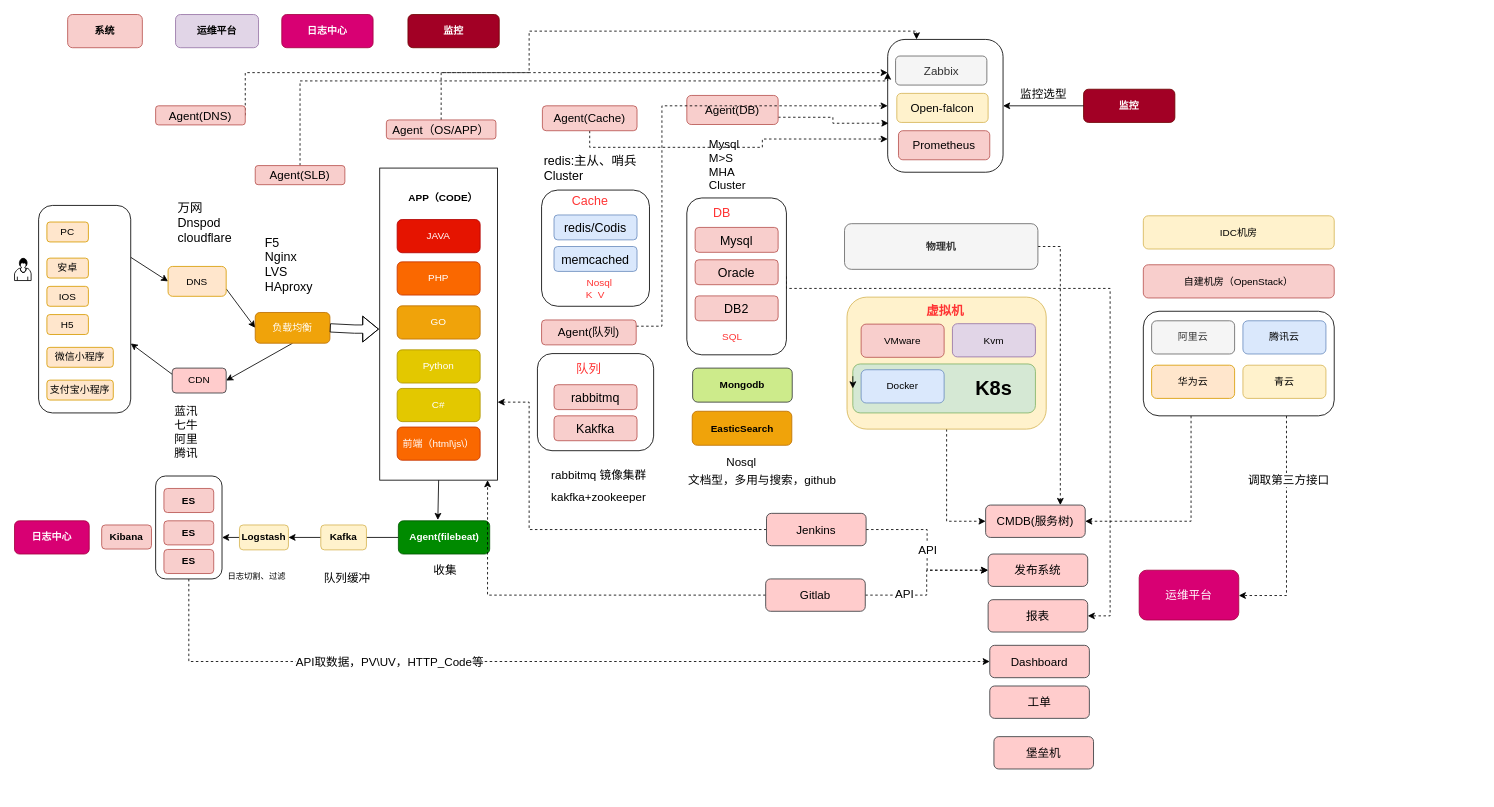
Earlier version of the draw.io diagram 运维架构.drawio (kame000/kame_img). Source tidied: cells renumbered, new cells numbered last; positions are measured from the earlier drawing's top-left corner, leaving out a move shared by most shapes. Both pictures are drawn from the tidied source at 83%, with x=0, y=0 at pixel (14, 14).
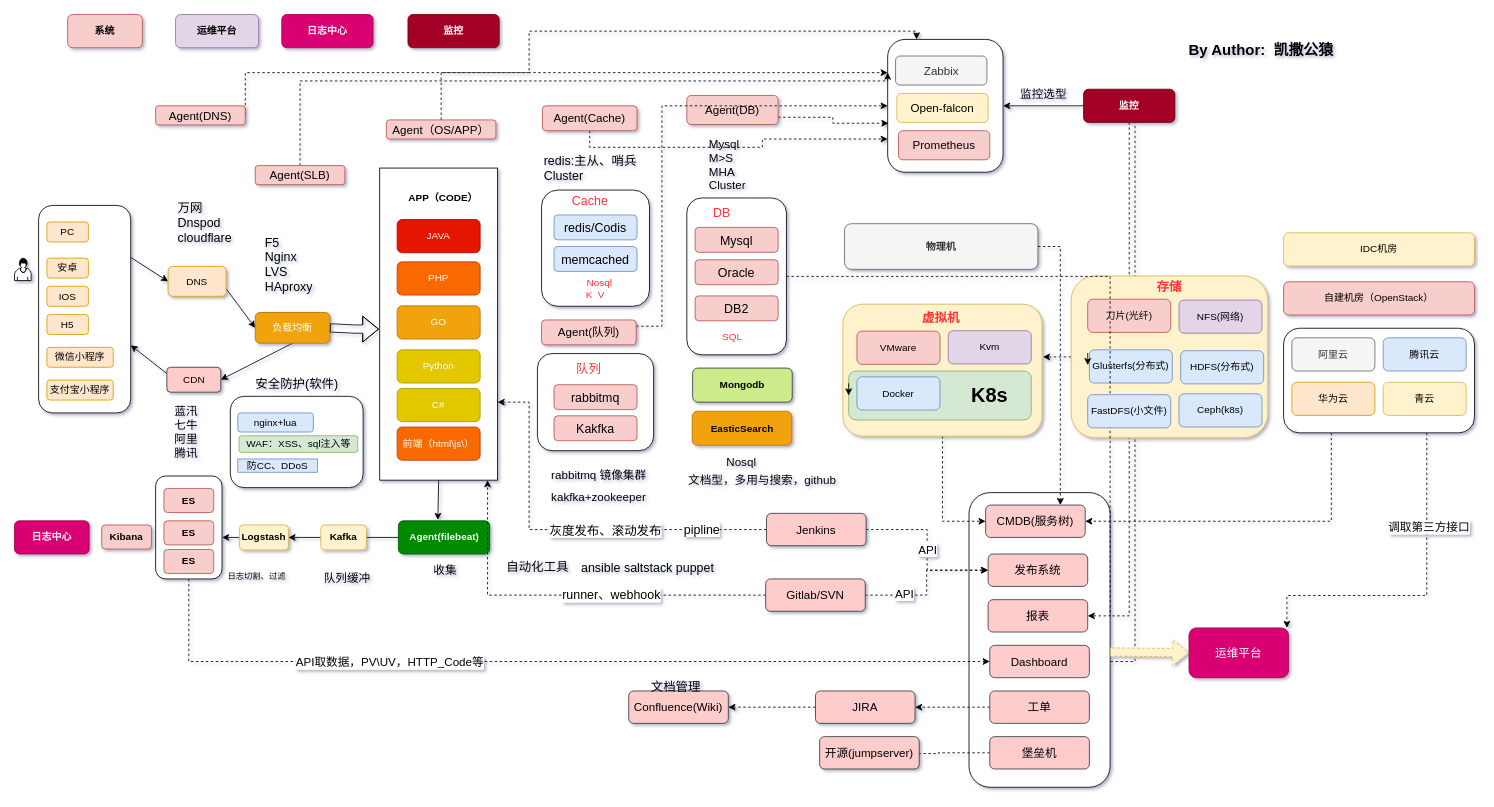
The same page after the edit.

Commit message:
更新运维架构.drawio

The change refers to these unchanged cells:
```xml
<mxCell id="3" value="监控" style="rounded=1;whiteSpace=wrap;html=1;fillColor=#a20025;strokeColor=#6F0000;fontColor=#ffffff;fontStyle=1;" parent="1" vertex="1">
  <mxGeometry x="1288" y="90" width="110" height="40" as="geometry" />
</mxCell>
<mxCell id="11" style="rounded=1;whiteSpace=wrap;html=1;labelBackgroundColor=none;fontSize=12;fontColor=#FF3333;" parent="1" vertex="1">
  <mxGeometry x="810" y="221" width="120" height="189" as="geometry" />
</mxCell>
<mxCell id="120" style="edgeStyle=orthogonalEdgeStyle;rounded=0;jettySize=auto;html=1;exitX=0;exitY=0.5;exitDx=0;exitDy=0;entryX=1;entryY=0.75;entryDx=0;entryDy=0;dashed=1;fontSize=14;fontColor=#000000;" parent="1" edge="1" source="121" target="21">
  <mxGeometry relative="1" as="geometry">
    <Array as="points">
      <mxPoint x="620" y="621" />
      <mxPoint x="620" y="467" />
    </Array>
  </mxGeometry>
</mxCell>
<mxCell id="122" value="报表" style="rounded=1;whiteSpace=wrap;html=1;labelBackgroundColor=none;fontSize=14;fillColor=#ffcccc;strokeColor=#36393d;" parent="1" vertex="1">
  <mxGeometry x="1173" y="705" width="120" height="39" as="geometry" />
</mxCell>
<mxCell id="123" value="Dashboard" style="rounded=1;whiteSpace=wrap;html=1;labelBackgroundColor=none;fontSize=14;fillColor=#ffcccc;strokeColor=#36393d;" parent="1" vertex="1">
  <mxGeometry x="1175" y="760" width="120" height="39" as="geometry" />
</mxCell>
<mxCell id="127" style="edgeStyle=orthogonalEdgeStyle;rounded=0;jettySize=auto;html=1;exitX=0;exitY=0.5;exitDx=0;exitDy=0;entryX=0.915;entryY=1;entryDx=0;entryDy=0;entryPerimeter=0;dashed=1;fontSize=14;fontColor=#000000;" parent="1" edge="1" source="128" target="21">
  <mxGeometry relative="1" as="geometry">
    <Array as="points">
      <mxPoint x="570" y="700" />
    </Array>
  </mxGeometry>
</mxCell>
```

Change to the diagram source:
```diff
@@
-<mxGraphModel>
+<mxGraphModel background="#ffffff" shadow="1">
@@
+    <mxCell id="130" style="rounded=1;whiteSpace=wrap;html=1;fontSize=15;" parent="1" vertex="1">
+      <mxGeometry x="260" y="460" width="160" height="110" as="geometry" />
+    </mxCell>
+    <mxCell id="131" style="edgeStyle=orthogonalEdgeStyle;rounded=0;jettySize=auto;html=1;exitX=1;exitY=0.5;exitDx=0;exitDy=0;entryX=1;entryY=0.5;entryDx=0;entryDy=0;fontSize=15;dashed=1;" parent="1" edge="1" source="3" target="123">
+      <mxGeometry relative="1" as="geometry">
+        <Array as="points">
+          <mxPoint x="1350" y="110" />
+          <mxPoint x="1350" y="780" />
+        </Array>
+      </mxGeometry>
+    </mxCell>
+    <mxCell id="132" style="edgeStyle=orthogonalEdgeStyle;rounded=0;jettySize=auto;html=1;exitX=0.5;exitY=1;exitDx=0;exitDy=0;entryX=1;entryY=0.5;entryDx=0;entryDy=0;fontSize=15;dashed=1;" parent="1" edge="1" source="3" target="122">
+      <mxGeometry relative="1" as="geometry" />
+    </mxCell>
+    <mxCell id="133" style="edgeStyle=orthogonalEdgeStyle;rounded=0;jettySize=auto;html=1;exitX=0;exitY=0.5;exitDx=0;exitDy=0;entryX=1.004;entryY=0.396;entryDx=0;entryDy=0;entryPerimeter=0;dashed=1;fontSize=15;" parent="1" edge="1" source="134" target="8">
+      <mxGeometry relative="1" as="geometry" />
+    </mxCell>
+    <mxCell id="134" style="rounded=1;whiteSpace=wrap;html=1;labelBackgroundColor=none;align=left;fillColor=#fff2cc;strokeColor=#d6b656;" parent="1" vertex="1">
+      <mxGeometry x="1273" y="315" width="237" height="195" as="geometry" />
+    </mxCell>
+    <mxCell id="135" style="rounded=1;whiteSpace=wrap;html=1;fontSize=15;" parent="1" vertex="1">
+      <mxGeometry x="1150" y="576" width="170" height="355" as="geometry" />
+    </mxCell>
@@
     <mxCell id="8" style="rounded=1;whiteSpace=wrap;html=1;labelBackgroundColor=none;align=left;fillColor=#fff2cc;strokeColor=#d6b656;" parent="1" vertex="1">
-      <mxGeometry x="1003" y="340.5" width="240" height="159" as="geometry" />
+      <mxGeometry x="998" y="349" width="240" height="159" as="geometry" />
     </mxCell>
     <mxCell id="9" style="rounded=1;whiteSpace=wrap;html=1;labelBackgroundColor=none;fillColor=#d5e8d4;strokeColor=#82b366;align=center;" parent="1" vertex="1">
-      <mxGeometry x="1010" y="421" width="220" height="59" as="geometry" />
+      <mxGeometry x="1005" y="429.5" width="220" height="59" as="geometry" />
     </mxCell>
-    <mxCell id="10" style="edgeStyle=orthogonalEdgeStyle;rounded=0;jettySize=auto;html=1;exitX=1;exitY=0.5;exitDx=0;exitDy=0;entryX=1;entryY=0.5;entryDx=0;entryDy=0;dashed=1;fontSize=14;fontColor=#000000;" parent="1" edge="1" source="11" target="122">
-      <mxGeometry relative="1" as="geometry">
-        <Array as="points">
-          <mxPoint x="930" y="330" />
-          <mxPoint x="1320" y="330" />
-          <mxPoint x="1320" y="725" />
-        </Array>
-      </mxGeometry>
-    </mxCell>
@@
     <mxCell id="19" style="rounded=1;whiteSpace=wrap;html=1;labelBackgroundColor=none;fontSize=15;fontColor=#FF3333;" parent="1" vertex="1">
-      <mxGeometry x="1360" y="357.5" width="230" height="126" as="geometry" />
+      <mxGeometry x="1529" y="378" width="230" height="126" as="geometry" />
     </mxCell>
@@
     <mxCell id="30" value="CDN" style="rounded=1;whiteSpace=wrap;html=1;fillColor=#ffcccc;strokeColor=#36393d;" parent="1" vertex="1">
-      <mxGeometry x="190" y="426" width="65" height="30" as="geometry" />
+      <mxGeometry x="183.5" y="425" width="65" height="30" as="geometry" />
     </mxCell>
@@
     <mxCell id="38" value="IDC机房" style="rounded=1;whiteSpace=wrap;html=1;labelBackgroundColor=none;fillColor=#fff2cc;strokeColor=#d6b656;" parent="1" vertex="1">
-      <mxGeometry x="1360" y="242.5" width="230" height="40" as="geometry" />
+      <mxGeometry x="1529" y="263" width="230" height="40" as="geometry" />
     </mxCell>
     <mxCell id="39" value="VMware" style="rounded=1;whiteSpace=wrap;html=1;labelBackgroundColor=none;fillColor=#f8cecc;strokeColor=#b85450;" parent="1" vertex="1">
-      <mxGeometry x="1020" y="373" width="100" height="40" as="geometry" />
+      <mxGeometry x="1015" y="381.5" width="100" height="40" as="geometry" />
     </mxCell>
@@
     <mxCell id="41" value="Kvm" style="rounded=1;whiteSpace=wrap;html=1;labelBackgroundColor=none;fillColor=#e1d5e7;strokeColor=#9673a6;" parent="1" vertex="1">
-      <mxGeometry x="1130" y="372.5" width="100" height="40" as="geometry" />
+      <mxGeometry x="1125" y="381" width="100" height="40" as="geometry" />
     </mxCell>
     <mxCell id="42" value="Docker" style="rounded=1;whiteSpace=wrap;html=1;labelBackgroundColor=none;fillColor=#dae8fc;strokeColor=#6c8ebf;" parent="1" vertex="1">
-      <mxGeometry x="1020" y="428" width="100" height="40" as="geometry" />
+      <mxGeometry x="1015" y="436.5" width="100" height="40" as="geometry" />
     </mxCell>
@@
     <mxCell id="50" value="虚拟机" style="text;html=1;strokeColor=none;fillColor=none;align=center;verticalAlign=middle;whiteSpace=wrap;rounded=0;labelBackgroundColor=none;fontSize=15;fontStyle=1;fontColor=#FF3333;" parent="1" vertex="1">
-      <mxGeometry x="1090" y="344.5" width="63" height="24" as="geometry" />
+      <mxGeometry x="1085" y="353" width="63" height="24" as="geometry" />
     </mxCell>
     <mxCell id="51" value="自建机房（OpenStack）" style="rounded=1;whiteSpace=wrap;html=1;labelBackgroundColor=none;fillColor=#f8cecc;strokeColor=#b85450;" parent="1" vertex="1">
-      <mxGeometry x="1360" y="301.5" width="230" height="40" as="geometry" />
+      <mxGeometry x="1529" y="322" width="230" height="40" as="geometry" />
     </mxCell>
@@
     <mxCell id="54" value="阿里云" style="rounded=1;whiteSpace=wrap;html=1;labelBackgroundColor=none;fillColor=#f5f5f5;strokeColor=#666666;fontColor=#333333;" parent="1" vertex="1">
-      <mxGeometry x="1370" y="369" width="100" height="40" as="geometry" />
+      <mxGeometry x="1539" y="389.5" width="100" height="40" as="geometry" />
     </mxCell>
     <mxCell id="55" value="华为云" style="rounded=1;whiteSpace=wrap;html=1;labelBackgroundColor=none;fillColor=#ffe6cc;strokeColor=#d79b00;" parent="1" vertex="1">
-      <mxGeometry x="1370" y="422.5" width="100" height="40" as="geometry" />
+      <mxGeometry x="1539" y="443" width="100" height="40" as="geometry" />
     </mxCell>
     <mxCell id="56" value="腾讯云" style="rounded=1;whiteSpace=wrap;html=1;labelBackgroundColor=none;fillColor=#dae8fc;strokeColor=#6c8ebf;" parent="1" vertex="1">
-      <mxGeometry x="1480" y="369" width="100" height="40" as="geometry" />
+      <mxGeometry x="1649" y="389.5" width="100" height="40" as="geometry" />
     </mxCell>
     <mxCell id="57" value="青云" style="rounded=1;whiteSpace=wrap;html=1;labelBackgroundColor=none;fillColor=#fff2cc;strokeColor=#d6b656;" parent="1" vertex="1">
-      <mxGeometry x="1480" y="422.5" width="100" height="40" as="geometry" />
+      <mxGeometry x="1649" y="443" width="100" height="40" as="geometry" />
     </mxCell>
@@
     <mxCell id="82" value="K8s" style="text;html=1;align=center;verticalAlign=middle;whiteSpace=wrap;rounded=0;labelBackgroundColor=none;fontSize=24;fontStyle=1;" parent="1" vertex="1">
-      <mxGeometry x="1160" y="440.5" width="40" height="20" as="geometry" />
+      <mxGeometry x="1155" y="449" width="40" height="20" as="geometry" />
     </mxCell>
@@
     <mxCell id="116" value="运维平台" style="rounded=1;whiteSpace=wrap;html=1;labelBackgroundColor=none;fontSize=14;fontColor=#ffffff;fillColor=#d80073;strokeColor=#A50040;" parent="1" vertex="1">
-      <mxGeometry x="1355" y="669.5" width="120" height="60" as="geometry" />
+      <mxGeometry x="1415" y="739" width="120" height="60" as="geometry" />
     </mxCell>
@@
+    <mxCell id="136" value="灰度发布、滚动发布" style="text;html=1;align=center;verticalAlign=middle;labelBackgroundColor=#ffffff;fontSize=15;" parent="120" vertex="1">
+      <mxGeometry x="-0.41" y="1" relative="1" as="geometry">
+        <mxPoint x="-54" y="-1.5" as="offset" />
+      </mxGeometry>
+    </mxCell>
+    <mxCell id="137" value="pipline" style="text;html=1;align=center;verticalAlign=middle;labelBackgroundColor=#ffffff;fontSize=15;" parent="120" vertex="1">
+      <mxGeometry x="-0.67" y="-1" relative="1" as="geometry" />
+    </mxCell>
@@
+    <mxCell id="138" style="edgeStyle=orthogonalEdgeStyle;rounded=0;jettySize=auto;html=1;exitX=0;exitY=0.5;exitDx=0;exitDy=0;entryX=1;entryY=0.5;entryDx=0;entryDy=0;dashed=1;fontSize=15;" parent="1" edge="1" source="124" target="158">
+      <mxGeometry relative="1" as="geometry" />
+    </mxCell>
     <mxCell id="124" value="工单" style="rounded=1;whiteSpace=wrap;html=1;labelBackgroundColor=none;fontSize=14;fillColor=#ffcccc;strokeColor=#36393d;" parent="1" vertex="1">
-      <mxGeometry x="1175" y="809" width="120" height="39" as="geometry" />
+      <mxGeometry x="1175" y="815" width="120" height="39" as="geometry" />
     </mxCell>
@@
+    <mxCell id="139" value="runner、webhook" style="text;html=1;align=center;verticalAlign=middle;labelBackgroundColor=#ffffff;fontSize=15;" parent="127" vertex="1">
+      <mxGeometry x="-0.21" y="-1" relative="1" as="geometry" />
+    </mxCell>
-    <mxCell id="128" value="Gitlab" style="rounded=1;whiteSpace=wrap;html=1;labelBackgroundColor=none;fontSize=14;fillColor=#ffcccc;strokeColor=#36393d;" parent="1" vertex="1">
+    <mxCell id="128" value="Gitlab/SVN" style="rounded=1;whiteSpace=wrap;html=1;labelBackgroundColor=none;fontSize=14;fillColor=#ffcccc;strokeColor=#36393d;" parent="1" vertex="1">
       <mxGeometry x="905" y="680" width="120" height="39" as="geometry" />
     </mxCell>
+    <mxCell id="140" style="edgeStyle=orthogonalEdgeStyle;rounded=0;jettySize=auto;html=1;exitX=0;exitY=0.5;exitDx=0;exitDy=0;dashed=1;fontSize=15;" parent="1" edge="1" source="129">
+      <mxGeometry relative="1" as="geometry">
+        <mxPoint x="1050" y="890" as="targetPoint" />
+      </mxGeometry>
+    </mxCell>
     <mxCell id="129" value="堡垒机" style="rounded=1;whiteSpace=wrap;html=1;labelBackgroundColor=none;fontSize=14;fillColor=#ffcccc;strokeColor=#36393d;" parent="1" vertex="1">
-      <mxGeometry x="1180" y="870" width="120" height="39" as="geometry" />
+      <mxGeometry x="1175" y="870" width="120" height="39" as="geometry" />
     </mxCell>
+    <mxCell id="141" value="By Author:&amp;nbsp; 凯撒公猿" style="text;html=1;align=left;verticalAlign=top;spacingTop=-4;fontSize=18;fontStyle=1;" parent="1" vertex="1">
+      <mxGeometry x="1413" y="30" width="180" height="20" as="geometry" />
+    </mxCell>
+    <mxCell id="142" style="shape=flexArrow;endArrow=classic;html=1;dashed=1;fontSize=15;entryX=0;entryY=0.5;entryDx=0;entryDy=0;exitX=1;exitY=0.541;exitDx=0;exitDy=0;exitPerimeter=0;fillColor=#fff2cc;strokeColor=#d6b656;" parent="1" edge="1" source="135" target="116">
+      <mxGeometry relative="1" as="geometry" />
+    </mxCell>
+    <mxCell id="143" value="刀片(光纤)" style="rounded=1;whiteSpace=wrap;html=1;labelBackgroundColor=none;fillColor=#f8cecc;strokeColor=#b85450;" parent="1" vertex="1">
+      <mxGeometry x="1293" y="343" width="100" height="40" as="geometry" />
+    </mxCell>
+    <mxCell id="144" value="NFS(网络)" style="rounded=1;whiteSpace=wrap;html=1;labelBackgroundColor=none;fillColor=#e1d5e7;strokeColor=#9673a6;" parent="1" vertex="1">
+      <mxGeometry x="1403" y="344" width="100" height="40" as="geometry" />
+    </mxCell>
+    <mxCell id="145" value="Glusterfs(分布式)" style="rounded=1;whiteSpace=wrap;html=1;labelBackgroundColor=none;fillColor=#dae8fc;strokeColor=#6c8ebf;" parent="1" vertex="1">
+      <mxGeometry x="1295" y="404" width="100" height="40" as="geometry" />
+    </mxCell>
+    <mxCell id="146" style="edgeStyle=none;rounded=0;orthogonalLoop=1;jettySize=auto;html=1;exitX=0;exitY=0.25;exitDx=0;exitDy=0;entryX=0;entryY=0.5;entryDx=0;entryDy=0;fontSize=14;fontColor=#000000;" parent="1" edge="1">
+      <mxGeometry relative="1" as="geometry">
+        <mxPoint x="1293" y="407.8" as="sourcePoint" />
+        <mxPoint x="1293" y="422.5" as="targetPoint" />
+      </mxGeometry>
+    </mxCell>
+    <mxCell id="10" style="edgeStyle=orthogonalEdgeStyle;rounded=0;jettySize=auto;html=1;exitX=1;exitY=0.5;exitDx=0;exitDy=0;entryX=1;entryY=0.5;entryDx=0;entryDy=0;dashed=1;fontSize=14;fontColor=#000000;" parent="1" edge="1" source="11" target="122">
+      <mxGeometry relative="1" as="geometry">
+        <Array as="points">
+          <mxPoint x="1320" y="316" />
+          <mxPoint x="1320" y="725" />
+        </Array>
+      </mxGeometry>
+    </mxCell>
+    <mxCell id="147" value="HDFS(分布式)" style="rounded=1;whiteSpace=wrap;html=1;labelBackgroundColor=none;fillColor=#dae8fc;strokeColor=#6c8ebf;" parent="1" vertex="1">
+      <mxGeometry x="1405" y="405" width="100" height="40" as="geometry" />
+    </mxCell>
+    <mxCell id="148" value="FastDFS(小文件)" style="rounded=1;whiteSpace=wrap;html=1;labelBackgroundColor=none;fillColor=#dae8fc;strokeColor=#6c8ebf;" parent="1" vertex="1">
+      <mxGeometry x="1293" y="458" width="100" height="40" as="geometry" />
+    </mxCell>
+    <mxCell id="149" value="Ceph(k8s)" style="rounded=1;whiteSpace=wrap;html=1;labelBackgroundColor=none;fillColor=#dae8fc;strokeColor=#6c8ebf;" parent="1" vertex="1">
+      <mxGeometry x="1403" y="457" width="100" height="40" as="geometry" />
+    </mxCell>
+    <mxCell id="150" value="存储" style="text;html=1;strokeColor=none;fillColor=none;align=center;verticalAlign=middle;whiteSpace=wrap;rounded=0;labelBackgroundColor=none;fontSize=15;fontStyle=1;fontColor=#FF3333;" parent="1" vertex="1">
+      <mxGeometry x="1360" y="315.5" width="63" height="24" as="geometry" />
+    </mxCell>
+    <mxCell id="151" value="nginx+lua" style="rounded=1;whiteSpace=wrap;html=1;labelBackgroundColor=none;fillColor=#dae8fc;strokeColor=#6c8ebf;" parent="1" vertex="1">
+      <mxGeometry x="269" y="480" width="91" height="23" as="geometry" />
+    </mxCell>
+    <mxCell id="152" value="WAF：XSS、sql注入等" style="rounded=1;whiteSpace=wrap;html=1;labelBackgroundColor=none;fillColor=#d5e8d4;strokeColor=#82b366;" parent="1" vertex="1">
+      <mxGeometry x="270.5" y="507.5" width="143" height="20" as="geometry" />
+    </mxCell>
+    <mxCell id="153" value="防CC、DDoS" style="rounded=1;whiteSpace=wrap;html=1;labelBackgroundColor=none;fillColor=#dae8fc;strokeColor=#6c8ebf;arcSize=0;" parent="1" vertex="1">
+      <mxGeometry x="269" y="535.5" width="96" height="16" as="geometry" />
+    </mxCell>
+    <mxCell id="154" value="安全防护(软件)" style="text;html=1;strokeColor=none;fillColor=none;align=center;verticalAlign=middle;whiteSpace=wrap;rounded=0;fontSize=15;" parent="1" vertex="1">
+      <mxGeometry x="288.5" y="434" width="103" height="20" as="geometry" />
+    </mxCell>
+    <mxCell id="155" value="ansible saltstack puppet" style="text;html=1;align=left;verticalAlign=top;spacingTop=-4;fontSize=15;" parent="1" vertex="1">
+      <mxGeometry x="681" y="655" width="180" height="20" as="geometry" />
+    </mxCell>
+    <mxCell id="156" value="自动化工具" style="text;html=1;align=left;verticalAlign=top;spacingTop=-4;fontSize=15;" parent="1" vertex="1">
+      <mxGeometry x="591" y="654" width="90" height="20" as="geometry" />
+    </mxCell>
+    <mxCell id="157" style="edgeStyle=orthogonalEdgeStyle;rounded=0;jettySize=auto;html=1;exitX=0;exitY=0.5;exitDx=0;exitDy=0;entryX=1;entryY=0.5;entryDx=0;entryDy=0;dashed=1;fontSize=15;" parent="1" edge="1" source="158" target="159">
+      <mxGeometry relative="1" as="geometry" />
+    </mxCell>
+    <mxCell id="158" value="JIRA" style="rounded=1;whiteSpace=wrap;html=1;labelBackgroundColor=none;fontSize=14;fillColor=#ffcccc;strokeColor=#36393d;" parent="1" vertex="1">
+      <mxGeometry x="965" y="815" width="120" height="39" as="geometry" />
+    </mxCell>
+    <mxCell id="159" value="Confluence(Wiki)" style="rounded=1;whiteSpace=wrap;html=1;labelBackgroundColor=none;fontSize=14;fillColor=#ffcccc;strokeColor=#36393d;" parent="1" vertex="1">
+      <mxGeometry x="740" y="815" width="120" height="39" as="geometry" />
+    </mxCell>
+    <mxCell id="160" value="开源(jumpserver)" style="rounded=1;whiteSpace=wrap;html=1;labelBackgroundColor=none;fontSize=14;fillColor=#ffcccc;strokeColor=#36393d;" parent="1" vertex="1">
+      <mxGeometry x="970" y="870" width="120" height="39" as="geometry" />
+    </mxCell>
+    <mxCell id="161" value="文档管理" style="text;html=1;align=left;verticalAlign=top;spacingTop=-4;fontSize=15;" parent="1" vertex="1">
+      <mxGeometry x="765" y="799" width="80" height="20" as="geometry" />
+    </mxCell>
```
